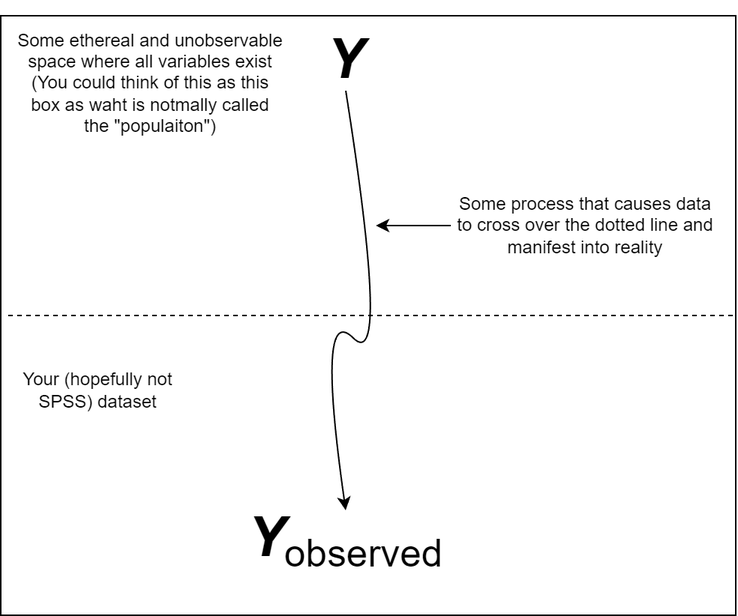
Earlier version of the draw.io export Slides Files/Images/data_process.png (quinix45/PSYC-7804-Regression-Lab-Slides). Source tidied: cells renumbered, new cells last; positions are measured from the earlier drawing's top-left corner, leaving out a move shared by most shapes. Its diagram source:
```xml
<mxGraphModel>
  <root>
    <mxCell id="0" />
    <mxCell id="1" parent="0" />
    <mxCell id="2" style="rounded=0;whiteSpace=wrap;html=1;fontSize=37;fillColor=none;" parent="1" vertex="1">
      <mxGeometry y="10" width="490" height="400" as="geometry" />
    </mxCell>
    <mxCell id="3" style="endArrow=none;dashed=1;html=1;" parent="1" edge="1">
      <mxGeometry relative="1" as="geometry">
        <mxPoint x="5" y="210" as="sourcePoint" />
        <mxPoint x="490" y="210" as="targetPoint" />
      </mxGeometry>
    </mxCell>
    <mxCell id="4" value="Some ethereal and unobservable space where all variables exist (You could think of this as this box as waht is notmally called the &quot;populaiton&quot;)" style="text;html=1;strokeColor=none;fillColor=none;align=center;verticalAlign=middle;whiteSpace=wrap;rounded=0;" parent="1" vertex="1">
      <mxGeometry x="10" width="180" height="110" as="geometry" />
    </mxCell>
    <mxCell id="5" value="&lt;b&gt;&lt;i&gt;&lt;font style=&quot;font-size: 37px;&quot;&gt;Y&lt;/font&gt;&lt;/i&gt;&lt;/b&gt;" style="text;html=1;strokeColor=none;fillColor=none;align=center;verticalAlign=middle;whiteSpace=wrap;rounded=0;" parent="1" vertex="1">
      <mxGeometry x="205" y="20" width="50" height="40" as="geometry" />
    </mxCell>
    <mxCell id="6" value="Your (hopefully not SPSS) dataset" style="text;html=1;strokeColor=none;fillColor=none;align=center;verticalAlign=middle;whiteSpace=wrap;rounded=0;" parent="1" vertex="1">
      <mxGeometry y="240" width="130" height="40" as="geometry" />
    </mxCell>
    <mxCell id="7" value="&lt;font style=&quot;font-style: italic; font-weight: bold; font-size: 37px;&quot;&gt;Y&lt;/font&gt;&lt;font style=&quot;font-size: 30.8333px;&quot;&gt;&lt;sub&gt;observed&lt;/sub&gt;&lt;/font&gt;" style="text;html=1;strokeColor=none;fillColor=none;align=center;verticalAlign=middle;whiteSpace=wrap;rounded=0;" parent="1" vertex="1">
      <mxGeometry x="205" y="340" width="50" height="40" as="geometry" />
    </mxCell>
    <mxCell id="8" style="curved=1;endArrow=classic;html=1;fontSize=37;exitX=0.5;exitY=1;exitDx=0;exitDy=0;entryX=0.5;entryY=0;entryDx=0;entryDy=0;" parent="1" edge="1" source="5" target="7">
      <mxGeometry relative="1" as="geometry">
        <Array as="points">
          <mxPoint x="260" y="250" />
          <mxPoint x="210" y="200" />
        </Array>
      </mxGeometry>
    </mxCell>
    <mxCell id="9" style="edgeStyle=none;html=1;exitX=0;exitY=0.5;exitDx=0;exitDy=0;fontSize=37;" parent="1" edge="1" source="10">
      <mxGeometry relative="1" as="geometry">
        <mxPoint x="250" y="150" as="targetPoint" />
      </mxGeometry>
    </mxCell>
    <mxCell id="10" value="Some process that causes data to cross over the dotted line and manifest into reality" style="text;html=1;strokeColor=none;fillColor=none;align=center;verticalAlign=middle;whiteSpace=wrap;rounded=0;" parent="1" vertex="1">
      <mxGeometry x="300" y="120" width="180" height="60" as="geometry" />
    </mxCell>
  </root>
</mxGraphModel>
```
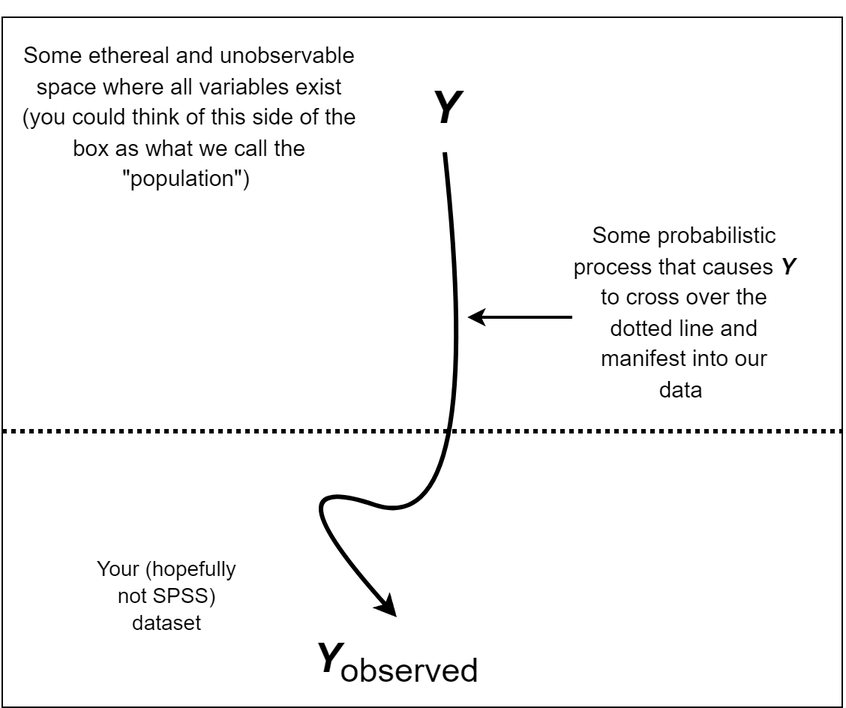
After the commit.

The edit, as a diff of the source:
```diff
@@ -2,42 +2,43 @@
   <root>
     <mxCell id="0" />
     <mxCell id="1" parent="0" />
-    <mxCell id="2" style="rounded=0;whiteSpace=wrap;html=1;fontSize=37;fillColor=none;" parent="1" vertex="1">
-      <mxGeometry y="10" width="490" height="400" as="geometry" />
-    </mxCell>
-    <mxCell id="3" style="endArrow=none;dashed=1;html=1;" parent="1" edge="1">
-      <mxGeometry relative="1" as="geometry">
-        <mxPoint x="5" y="210" as="sourcePoint" />
-        <mxPoint x="490" y="210" as="targetPoint" />
-      </mxGeometry>
+    <mxCell id="3" style="rounded=0;whiteSpace=wrap;html=1;fillColor=none;" parent="1" vertex="1">
+      <mxGeometry x="450" y="90" width="560" height="460" as="geometry" />
     </mxCell>
+    <mxCell id="11" style="endArrow=none;html=1;exitX=0;exitY=0.5;exitDx=0;exitDy=0;entryX=1;entryY=0.5;entryDx=0;entryDy=0;dashed=1;dashPattern=1 1;strokeWidth=3;" parent="1" edge="1">
+      <mxGeometry relative="1" as="geometry">
+        <mxPoint x="450" y="366" as="sourcePoint" />
+        <mxPoint x="1010" y="366" as="targetPoint" />
+      </mxGeometry>
+    </mxCell>
-    <mxCell id="4" value="Some ethereal and unobservable space where all variables exist (You could think of this as this box as waht is notmally called the &quot;populaiton&quot;)" style="text;html=1;strokeColor=none;fillColor=none;align=center;verticalAlign=middle;whiteSpace=wrap;rounded=0;" parent="1" vertex="1">
-      <mxGeometry x="10" width="180" height="110" as="geometry" />
+    <mxCell id="4" value="&lt;font style=&quot;font-size: 27px;&quot;&gt;&lt;b style=&quot;font-style: italic;&quot;&gt;Y&lt;/b&gt;&lt;sub style=&quot;&quot;&gt;observed&lt;/sub&gt;&lt;/font&gt;" style="text;html=1;strokeColor=none;fillColor=none;align=center;verticalAlign=middle;whiteSpace=wrap;rounded=0;" parent="1" vertex="1">
+      <mxGeometry x="658" y="490" width="110" height="60" as="geometry" />
     </mxCell>
-    <mxCell id="5" value="&lt;b&gt;&lt;i&gt;&lt;font style=&quot;font-size: 37px;&quot;&gt;Y&lt;/font&gt;&lt;/i&gt;&lt;/b&gt;" style="text;html=1;strokeColor=none;fillColor=none;align=center;verticalAlign=middle;whiteSpace=wrap;rounded=0;" parent="1" vertex="1">
-      <mxGeometry x="205" y="20" width="50" height="40" as="geometry" />
+    <mxCell id="5" value="&lt;font size=&quot;1&quot; style=&quot;&quot;&gt;&lt;b style=&quot;font-style: italic; font-size: 30px;&quot;&gt;Y&lt;/b&gt;&lt;/font&gt;" style="text;html=1;strokeColor=none;fillColor=none;align=center;verticalAlign=middle;whiteSpace=wrap;rounded=0;" parent="1" vertex="1">
+      <mxGeometry x="690" y="120" width="110" height="60" as="geometry" />
     </mxCell>
-    <mxCell id="6" value="Your (hopefully not SPSS) dataset" style="text;html=1;strokeColor=none;fillColor=none;align=center;verticalAlign=middle;whiteSpace=wrap;rounded=0;" parent="1" vertex="1">
-      <mxGeometry y="240" width="130" height="40" as="geometry" />
-    </mxCell>
-    <mxCell id="7" value="&lt;font style=&quot;font-style: italic; font-weight: bold; font-size: 37px;&quot;&gt;Y&lt;/font&gt;&lt;font style=&quot;font-size: 30.8333px;&quot;&gt;&lt;sub&gt;observed&lt;/sub&gt;&lt;/font&gt;" style="text;html=1;strokeColor=none;fillColor=none;align=center;verticalAlign=middle;whiteSpace=wrap;rounded=0;" parent="1" vertex="1">
-      <mxGeometry x="205" y="340" width="50" height="40" as="geometry" />
+    <mxCell id="7" value="&lt;p style=&quot;line-height: 70%;&quot;&gt;&lt;font style=&quot;font-size: 15px;&quot;&gt;Some ethereal and unobservable space where all variables exist (you could think of this side of the box as what we call the &quot;population&quot;)&amp;nbsp;&lt;/font&gt;&lt;/p&gt;" style="text;html=1;strokeColor=none;fillColor=none;align=center;verticalAlign=middle;whiteSpace=wrap;rounded=0;fontSize=25;" parent="1" vertex="1">
+      <mxGeometry x="460" y="100" width="230" height="110" as="geometry" />
     </mxCell>
-    <mxCell id="8" style="curved=1;endArrow=classic;html=1;fontSize=37;exitX=0.5;exitY=1;exitDx=0;exitDy=0;entryX=0.5;entryY=0;entryDx=0;entryDy=0;" parent="1" edge="1" source="5" target="7">
-      <mxGeometry relative="1" as="geometry">
-        <Array as="points">
-          <mxPoint x="260" y="250" />
-          <mxPoint x="210" y="200" />
-        </Array>
-      </mxGeometry>
+    <mxCell id="8" value="&lt;font style=&quot;font-size: 14px;&quot;&gt;Your (hopefully not SPSS) dataset&lt;/font&gt;" style="text;html=1;strokeColor=none;fillColor=none;align=center;verticalAlign=middle;whiteSpace=wrap;rounded=0;fontSize=15;" parent="1" vertex="1">
+      <mxGeometry x="510" y="460" width="100" height="30" as="geometry" />
     </mxCell>
-    <mxCell id="9" style="edgeStyle=none;html=1;exitX=0;exitY=0.5;exitDx=0;exitDy=0;fontSize=37;" parent="1" edge="1" source="10">
-      <mxGeometry relative="1" as="geometry">
-        <mxPoint x="250" y="150" as="targetPoint" />
-      </mxGeometry>
-    </mxCell>
+    <mxCell id="12" style="curved=1;endArrow=classic;html=1;strokeWidth=3;fontSize=15;exitX=0.5;exitY=1;exitDx=0;exitDy=0;entryX=0.5;entryY=0;entryDx=0;entryDy=0;" parent="1" edge="1" source="5" target="4">
+      <mxGeometry relative="1" as="geometry">
+        <Array as="points">
+          <mxPoint x="773" y="440" />
+          <mxPoint x="623" y="390" />
+        </Array>
+      </mxGeometry>
+    </mxCell>
-    <mxCell id="10" value="Some process that causes data to cross over the dotted line and manifest into reality" style="text;html=1;strokeColor=none;fillColor=none;align=center;verticalAlign=middle;whiteSpace=wrap;rounded=0;" parent="1" vertex="1">
-      <mxGeometry x="300" y="120" width="180" height="60" as="geometry" />
+    <mxCell id="10" style="endArrow=classic;html=1;strokeWidth=2;fontSize=15;" parent="1" edge="1">
+      <mxGeometry relative="1" as="geometry">
+        <mxPoint x="830" y="290" as="sourcePoint" />
+        <mxPoint x="760" y="290" as="targetPoint" />
+      </mxGeometry>
     </mxCell>
+    <mxCell id="13" value="&lt;p style=&quot;line-height: 70%;&quot;&gt;&lt;span style=&quot;font-size: 15px;&quot;&gt;Some probabilistic process that causes &lt;i&gt;&lt;b&gt;Y&lt;/b&gt;&lt;/i&gt; to cross over the dotted line and manifest into our data&amp;nbsp;&lt;/span&gt;&lt;/p&gt;" style="text;html=1;strokeColor=none;fillColor=none;align=center;verticalAlign=middle;whiteSpace=wrap;rounded=0;fontSize=25;" parent="1" vertex="1">
+      <mxGeometry x="830" y="240" width="150" height="90" as="geometry" />
+    </mxCell>
   </root>
 </mxGraphModel>
```
